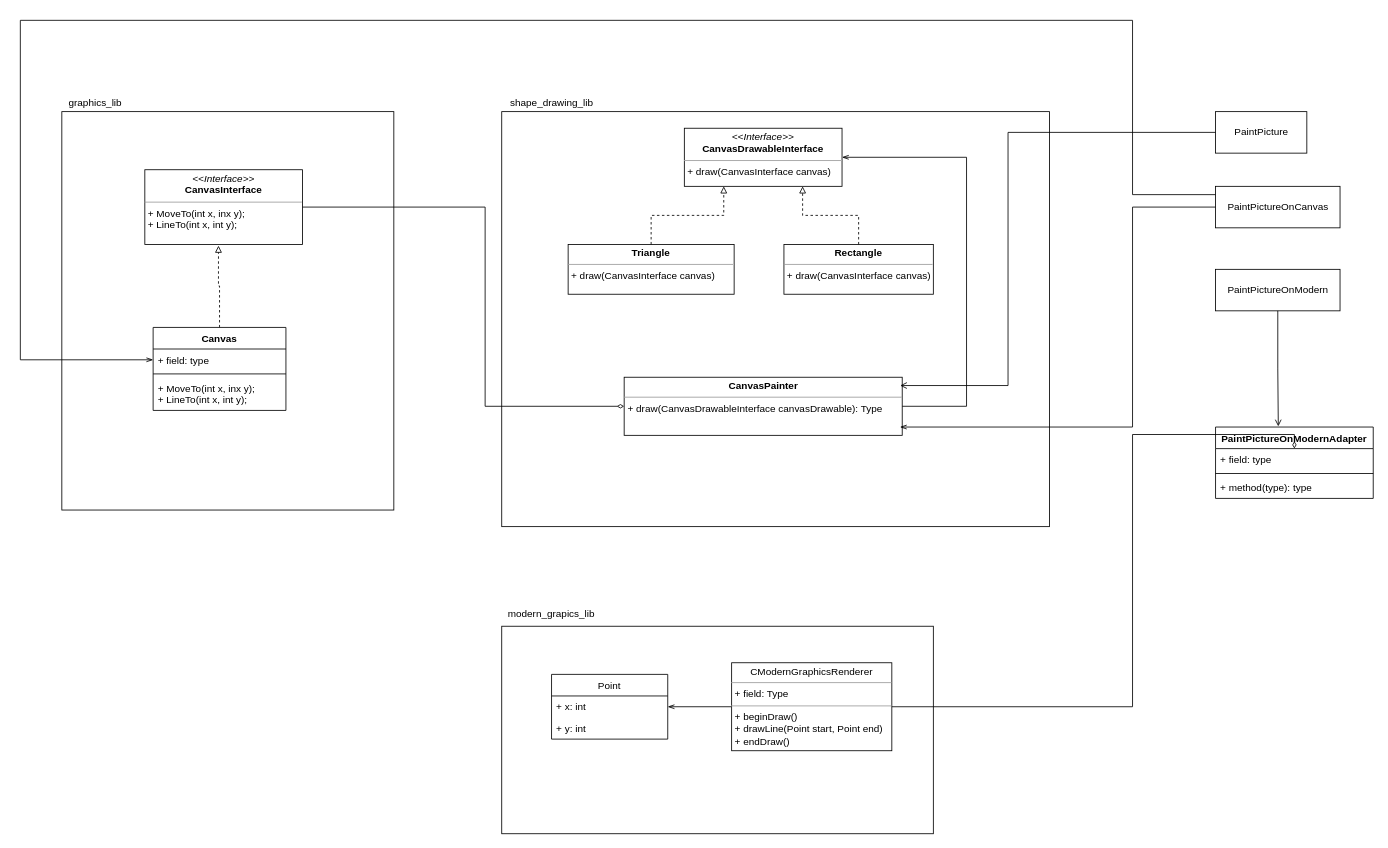
Earlier version of the draw.io diagram Adapter.drawio (venera13/ood). Source tidied: cells renumbered, new cells numbered last; positions are measured from the earlier drawing's top-left corner, leaving out a move shared by most shapes. Both pictures are drawn from the tidied source at 83%, with x=0, y=0 at pixel (20, 20).
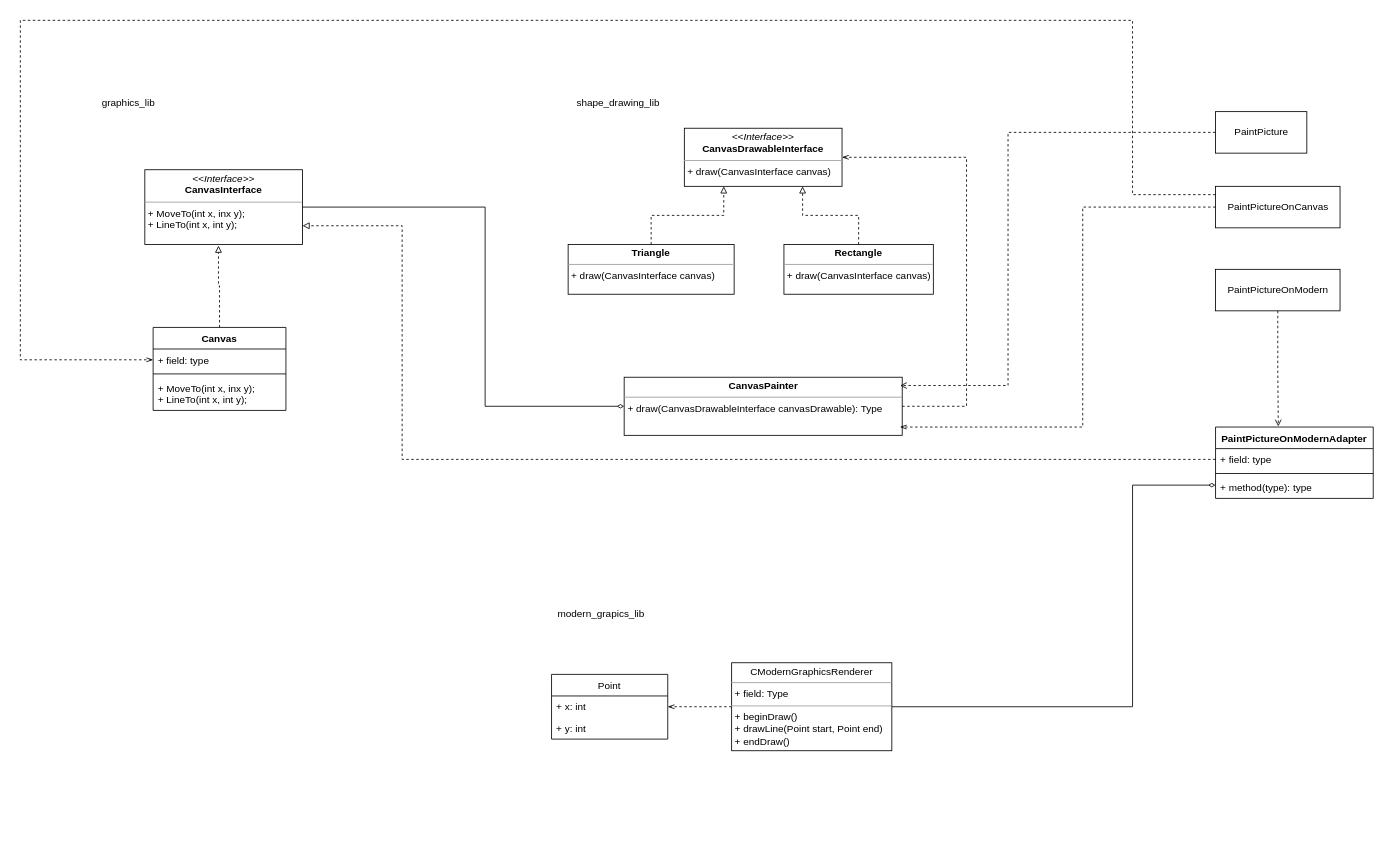
The same diagram, later.

Unchanged cells that the change refers to:
```xml
<mxCell id="4" value="&lt;p style=&quot;margin: 0px ; margin-top: 4px ; text-align: center&quot;&gt;&lt;i&gt;&amp;lt;&amp;lt;Interface&amp;gt;&amp;gt;&lt;/i&gt;&lt;br&gt;&lt;b&gt;CanvasInterface&lt;/b&gt;&lt;/p&gt;&lt;hr size=&quot;1&quot;&gt;&lt;p style=&quot;margin: 0px ; margin-left: 4px&quot;&gt;+ MoveTo(int x, inx y);&lt;br&gt;+ LineTo(int x, int y);&lt;/p&gt;" style="verticalAlign=top;align=left;overflow=fill;fontSize=12;fontFamily=Helvetica;html=1;" parent="1" vertex="1">
  <mxGeometry x="150" y="180" width="190" height="90" as="geometry" />
</mxCell>
<mxCell id="7" value="+ field: type" style="text;strokeColor=none;fillColor=none;align=left;verticalAlign=top;spacingLeft=4;spacingRight=4;overflow=hidden;points=[[0,0.5],[1,0.5]];portConstraint=eastwest;" parent="6" vertex="1">
  <mxGeometry y="26" width="160" height="26" as="geometry" />
</mxCell>
<mxCell id="11" value="&lt;p style=&quot;margin: 0px ; margin-top: 4px ; text-align: center&quot;&gt;&lt;i&gt;&amp;lt;&amp;lt;Interface&amp;gt;&amp;gt;&lt;/i&gt;&lt;br&gt;&lt;b&gt;CanvasDrawableInterface&lt;/b&gt;&lt;/p&gt;&lt;hr size=&quot;1&quot;&gt;&lt;p style=&quot;margin: 0px ; margin-left: 4px&quot;&gt;+ draw(&lt;span style=&quot;text-align: center&quot;&gt;CanvasInterface&amp;nbsp;&lt;/span&gt;canvas)&lt;/p&gt;" style="verticalAlign=top;align=left;overflow=fill;fontSize=12;fontFamily=Helvetica;html=1;fillColor=none;" parent="1" vertex="1">
  <mxGeometry x="800" y="130" width="190" height="70" as="geometry" />
</mxCell>
<mxCell id="18" value="&lt;p style=&quot;margin: 0px ; margin-top: 4px ; text-align: center&quot;&gt;&lt;b&gt;CanvasPainter&lt;/b&gt;&lt;/p&gt;&lt;hr size=&quot;1&quot;&gt;&lt;p style=&quot;margin: 0px ; margin-left: 4px&quot;&gt;+ draw(CanvasDrawableInterface canvasDrawable&lt;span&gt;): Type&lt;/span&gt;&lt;/p&gt;" style="verticalAlign=top;align=left;overflow=fill;fontSize=12;fontFamily=Helvetica;html=1;fillColor=none;" parent="1" vertex="1">
  <mxGeometry x="727.5" y="430" width="335" height="70" as="geometry" />
</mxCell>
<mxCell id="22" value="+ x: int" style="text;strokeColor=none;fillColor=none;align=left;verticalAlign=top;spacingLeft=4;spacingRight=4;overflow=hidden;points=[[0,0.5],[1,0.5]];portConstraint=eastwest;" parent="21" vertex="1">
  <mxGeometry y="26" width="140" height="26" as="geometry" />
</mxCell>
<mxCell id="25" value="&lt;p style=&quot;margin: 0px ; margin-top: 4px ; text-align: center&quot;&gt;CModernGraphicsRenderer&lt;br&gt;&lt;/p&gt;&lt;hr size=&quot;1&quot;&gt;&lt;p style=&quot;margin: 0px ; margin-left: 4px&quot;&gt;+ field: Type&lt;/p&gt;&lt;hr size=&quot;1&quot;&gt;&lt;p style=&quot;margin: 0px ; margin-left: 4px&quot;&gt;+ b&lt;span style=&quot;text-align: center&quot;&gt;eginDraw&lt;/span&gt;()&lt;/p&gt;&lt;p style=&quot;margin: 0px ; margin-left: 4px&quot;&gt;+ drawLine(Point start, Point end)&lt;/p&gt;&lt;p style=&quot;margin: 0px ; margin-left: 4px&quot;&gt;+ endDraw()&lt;/p&gt;" style="verticalAlign=top;align=left;overflow=fill;fontSize=12;fontFamily=Helvetica;html=1;fillColor=none;" parent="1" vertex="1">
  <mxGeometry x="857" y="774" width="193" height="106" as="geometry" />
</mxCell>
<mxCell id="28" value="PaintPicture" style="html=1;fillColor=none;" parent="1" vertex="1">
  <mxGeometry x="1440" y="110" width="110" height="50" as="geometry" />
</mxCell>
<mxCell id="31" value="PaintPictureOnCanvas" style="html=1;fillColor=none;" parent="1" vertex="1">
  <mxGeometry x="1440" y="200" width="150" height="50" as="geometry" />
</mxCell>
<mxCell id="33" value="PaintPictureOnModern" style="html=1;fillColor=none;" parent="1" vertex="1">
  <mxGeometry x="1440" y="300" width="150" height="50" as="geometry" />
</mxCell>
<mxCell id="34" value="PaintPictureOnModernAdapter" style="swimlane;fontStyle=1;align=center;verticalAlign=top;horizontal=1;startSize=26;fillColor=none;" parent="1" vertex="1">
  <mxGeometry x="1440" y="490" width="190" height="86" as="geometry" />
</mxCell>
<mxCell id="35" value="+ field: type" style="text;strokeColor=none;fillColor=none;align=left;verticalAlign=top;spacingLeft=4;spacingRight=4;overflow=hidden;points=[[0,0.5],[1,0.5]];portConstraint=eastwest;" parent="34" vertex="1">
  <mxGeometry y="26" width="190" height="26" as="geometry" />
</mxCell>
```

Change to the diagram source:
```diff
@@
-    <mxCell id="2" style="rounded=0;whiteSpace=wrap;html=1;fillColor=none;" parent="1" vertex="1">
-      <mxGeometry x="580" y="730" width="520" height="250" as="geometry" />
-    </mxCell>
-    <mxCell id="3" style="rounded=0;whiteSpace=wrap;html=1;fillColor=none;" parent="1" vertex="1">
-      <mxGeometry x="50" y="110" width="400" height="480" as="geometry" />
-    </mxCell>
@@
     <mxCell id="10" value="graphics_lib" style="text;html=1;align=center;verticalAlign=middle;strokeColor=none;fillColor=none;" parent="1" vertex="1">
-      <mxGeometry x="50" y="90" width="80" height="20" as="geometry" />
+      <mxGeometry x="90" y="90" width="80" height="20" as="geometry" />
     </mxCell>
@@
-    <mxCell id="17" style="edgeStyle=orthogonalEdgeStyle;rounded=0;jettySize=auto;html=1;entryX=1;entryY=0.5;entryDx=0;entryDy=0;endArrow=openThin;endFill=0;" parent="1" edge="1" source="18" target="11">
+    <mxCell id="17" style="edgeStyle=orthogonalEdgeStyle;rounded=0;jettySize=auto;html=1;entryX=1;entryY=0.5;entryDx=0;entryDy=0;endArrow=openThin;endFill=0;dashed=1;" parent="1" edge="1" source="18" target="11">
       <mxGeometry relative="1" as="geometry">
         <Array as="points">
           <mxPoint x="1140" y="465" />
           <mxPoint x="1140" y="165" />
         </Array>
       </mxGeometry>
     </mxCell>
@@
-    <mxCell id="19" style="rounded=0;whiteSpace=wrap;html=1;fillColor=none;" parent="1" vertex="1">
-      <mxGeometry x="580" y="110" width="660" height="500" as="geometry" />
-    </mxCell>
     <mxCell id="20" value="shape_drawing_lib" style="text;html=1;align=center;verticalAlign=middle;strokeColor=none;fillColor=none;" parent="1" vertex="1">
-      <mxGeometry x="580" y="90" width="120" height="20" as="geometry" />
+      <mxGeometry x="660" y="90" width="120" height="20" as="geometry" />
     </mxCell>
@@
-    <mxCell id="24" style="edgeStyle=orthogonalEdgeStyle;rounded=0;jettySize=auto;html=1;entryX=1;entryY=0.5;entryDx=0;entryDy=0;endArrow=openThin;endFill=0;" parent="1" edge="1" source="25" target="22">
+    <mxCell id="24" style="edgeStyle=orthogonalEdgeStyle;rounded=0;jettySize=auto;html=1;entryX=1;entryY=0.5;entryDx=0;entryDy=0;endArrow=openThin;endFill=0;dashed=1;" parent="1" edge="1" source="25" target="22">
       <mxGeometry relative="1" as="geometry" />
     </mxCell>
@@
     <mxCell id="26" value="modern_grapics_lib" style="text;html=1;strokeColor=none;fillColor=none;align=center;verticalAlign=middle;whiteSpace=wrap;rounded=0;" parent="1" vertex="1">
-      <mxGeometry x="580" y="700" width="120" height="30" as="geometry" />
+      <mxGeometry x="640" y="700" width="120" height="30" as="geometry" />
     </mxCell>
-    <mxCell id="27" style="edgeStyle=orthogonalEdgeStyle;rounded=0;jettySize=auto;html=1;endArrow=open;endFill=0;" parent="1" edge="1" source="28">
+    <mxCell id="27" style="edgeStyle=orthogonalEdgeStyle;rounded=0;jettySize=auto;html=1;endArrow=open;endFill=0;dashed=1;" parent="1" edge="1" source="28">
       <mxGeometry relative="1" as="geometry">
         <mxPoint x="1060" y="440" as="targetPoint" />
         <Array as="points">
           <mxPoint x="1190" y="135" />
           <mxPoint x="1190" y="440" />
           <mxPoint x="1060" y="440" />
         </Array>
       </mxGeometry>
     </mxCell>
@@
-    <mxCell id="29" style="edgeStyle=orthogonalEdgeStyle;rounded=0;jettySize=auto;html=1;entryX=0.727;entryY=0.76;entryDx=0;entryDy=0;entryPerimeter=0;endArrow=openThin;endFill=0;" parent="1" edge="1" source="31" target="19">
-      <mxGeometry relative="1" as="geometry" />
+    <mxCell id="29" style="edgeStyle=orthogonalEdgeStyle;rounded=0;jettySize=auto;html=1;entryX=0.727;entryY=0.76;entryDx=0;entryDy=0;entryPerimeter=0;endArrow=openThin;endFill=0;dashed=1;" parent="1" edge="1" source="31">
+      <mxGeometry relative="1" as="geometry">
+        <mxPoint x="1059.8" y="490" as="targetPoint" />
+        <Array as="points">
+          <mxPoint x="1280" y="225" />
+          <mxPoint x="1280" y="490" />
+        </Array>
+      </mxGeometry>
     </mxCell>
-    <mxCell id="30" style="edgeStyle=orthogonalEdgeStyle;rounded=0;jettySize=auto;html=1;endArrow=openThin;endFill=0;" parent="1" edge="1" source="31" target="7">
+    <mxCell id="30" style="edgeStyle=orthogonalEdgeStyle;rounded=0;jettySize=auto;html=1;endArrow=openThin;endFill=0;dashed=1;" parent="1" edge="1" source="31" target="7">
       <mxGeometry relative="1" as="geometry">
         <Array as="points">
           <mxPoint x="1340" y="210" />
           <mxPoint x="1340" />
           <mxPoint />
           <mxPoint y="409" />
         </Array>
       </mxGeometry>
     </mxCell>
@@
-    <mxCell id="32" style="edgeStyle=orthogonalEdgeStyle;rounded=0;jettySize=auto;html=1;entryX=0.398;entryY=-0.009;entryDx=0;entryDy=0;entryPerimeter=0;endArrow=open;endFill=0;" parent="1" edge="1" source="33" target="34">
+    <mxCell id="32" style="edgeStyle=orthogonalEdgeStyle;rounded=0;jettySize=auto;html=1;entryX=0.398;entryY=-0.009;entryDx=0;entryDy=0;entryPerimeter=0;endArrow=open;endFill=0;dashed=1;" parent="1" edge="1" source="33" target="34">
       <mxGeometry relative="1" as="geometry" />
     </mxCell>
@@
-    <mxCell id="38" style="edgeStyle=orthogonalEdgeStyle;rounded=0;jettySize=auto;html=1;endArrow=diamondThin;endFill=0;exitX=1;exitY=0.5;exitDx=0;exitDy=0;" parent="1" edge="1" source="25" target="35">
+    <mxCell id="38" style="edgeStyle=orthogonalEdgeStyle;rounded=0;jettySize=auto;html=1;endArrow=diamondThin;endFill=0;exitX=1;exitY=0.5;exitDx=0;exitDy=0;" parent="1" edge="1" source="25">
       <mxGeometry relative="1" as="geometry">
+        <mxPoint x="1440" y="560" as="targetPoint" />
         <Array as="points">
           <mxPoint x="1340" y="827" />
-          <mxPoint x="1340" y="499" />
+          <mxPoint x="1340" y="560" />
+          <mxPoint x="1440" y="560" />
         </Array>
       </mxGeometry>
     </mxCell>
+    <mxCell id="39" style="edgeStyle=orthogonalEdgeStyle;rounded=0;jettySize=auto;html=1;entryX=1;entryY=0.75;entryDx=0;entryDy=0;dashed=1;endArrow=block;endFill=0;" parent="1" edge="1" source="35" target="4">
+      <mxGeometry relative="1" as="geometry">
+        <Array as="points">
+          <mxPoint x="460" y="529" />
+          <mxPoint x="460" y="248" />
+        </Array>
+      </mxGeometry>
+    </mxCell>
```
